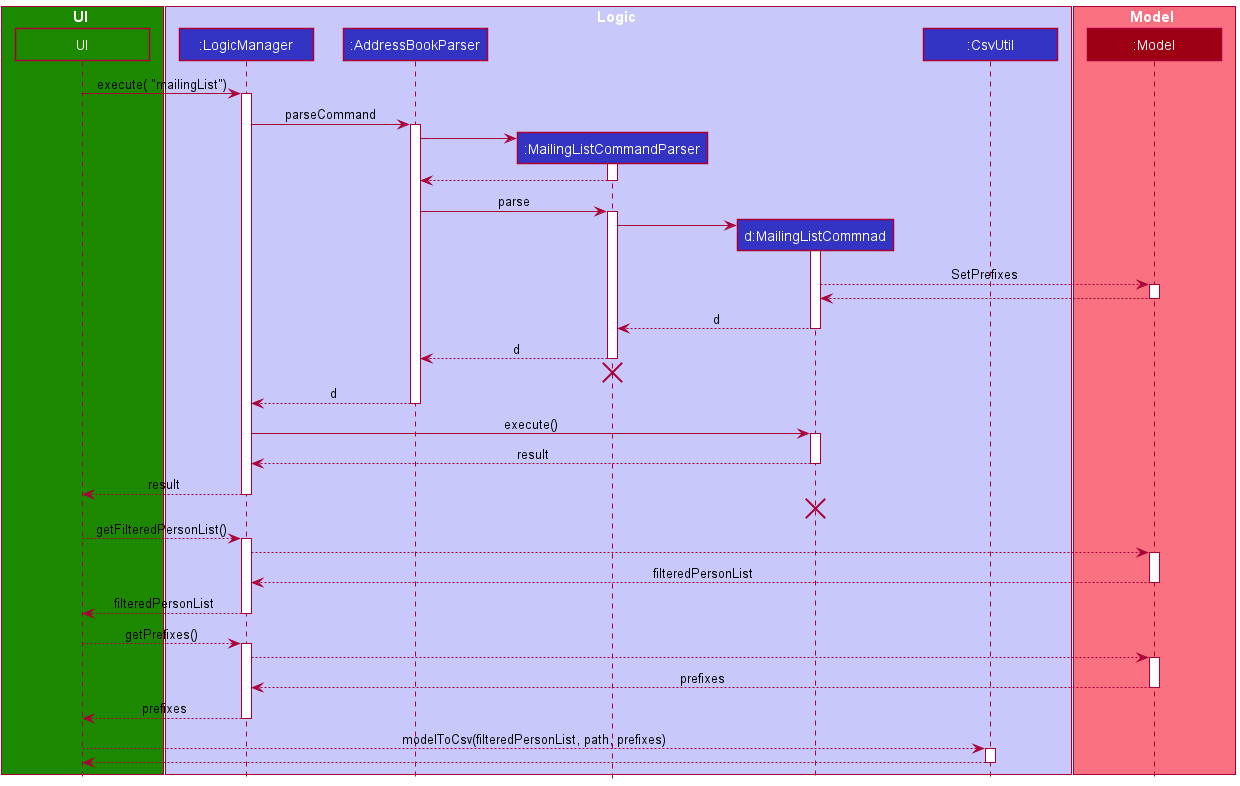
Above: docs/images/MailingListSequenceDiagram.png in nus-cs2103-AY2122S1/tp (PlantUML), before the change.
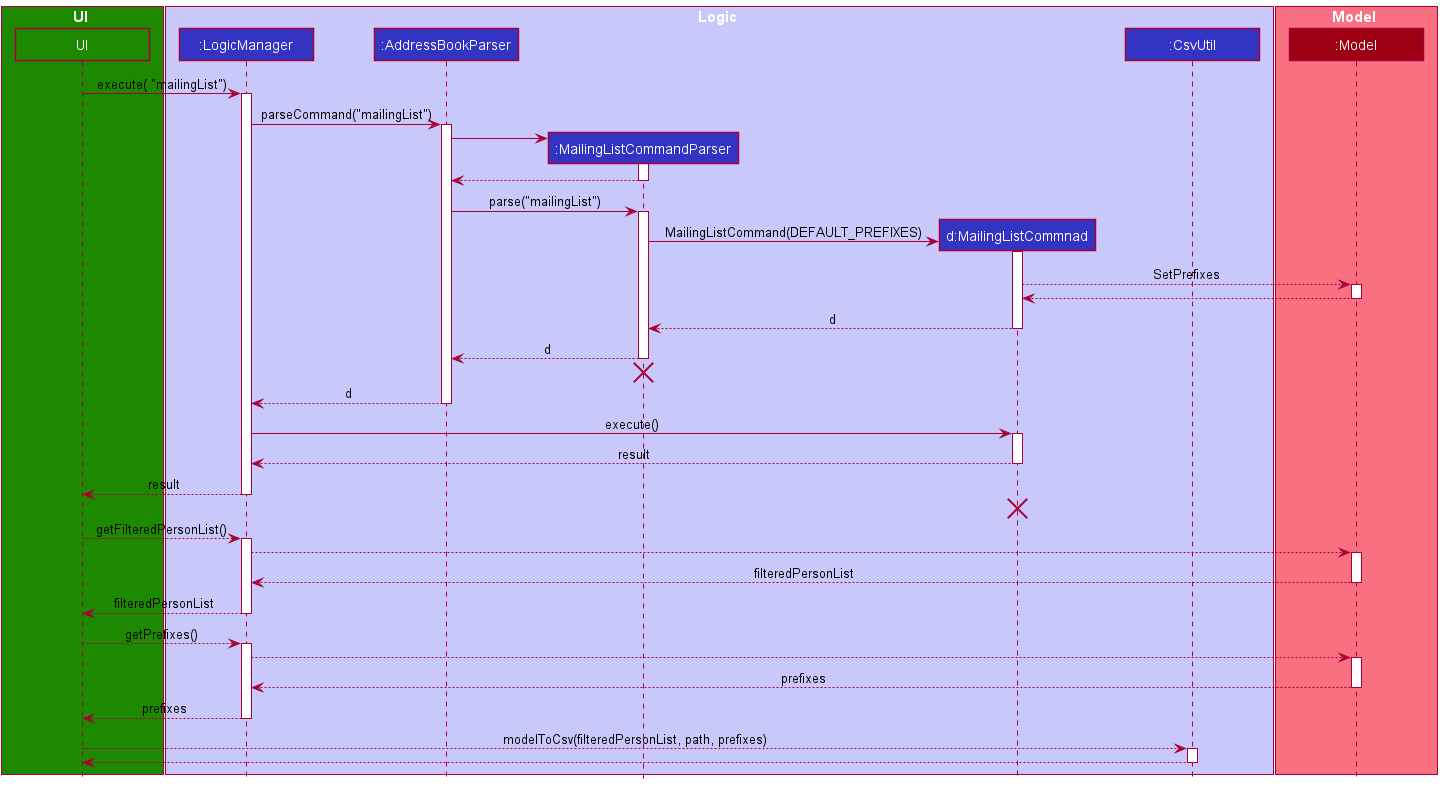
The same file after the commit.

Commit message:
Improve diagrams

Diff of the diagram source:
```diff
@@ -21,7 +21,7 @@
 UI -> LogicManager : execute( "mailingList")
 activate LogicManager
 
-LogicManager -> AddressBookParser : parseCommand
+LogicManager -> AddressBookParser : parseCommand("mailingList")
 activate AddressBookParser
 
 create MailingListCommandParser
@@ -31,11 +31,11 @@
 MailingListCommandParser --> AddressBookParser
 deactivate MailingListCommandParser
 
-AddressBookParser -> MailingListCommandParser : parse
+AddressBookParser -> MailingListCommandParser : parse("mailingList")
 activate MailingListCommandParser
 
 create MailingListCommand
-MailingListCommandParser -> MailingListCommand
+MailingListCommandParser -> MailingListCommand : MailingListCommand(DEFAULT_PREFIXES)
 activate MailingListCommand
 
 MailingListCommand --> Model : SetPrefixes
```
